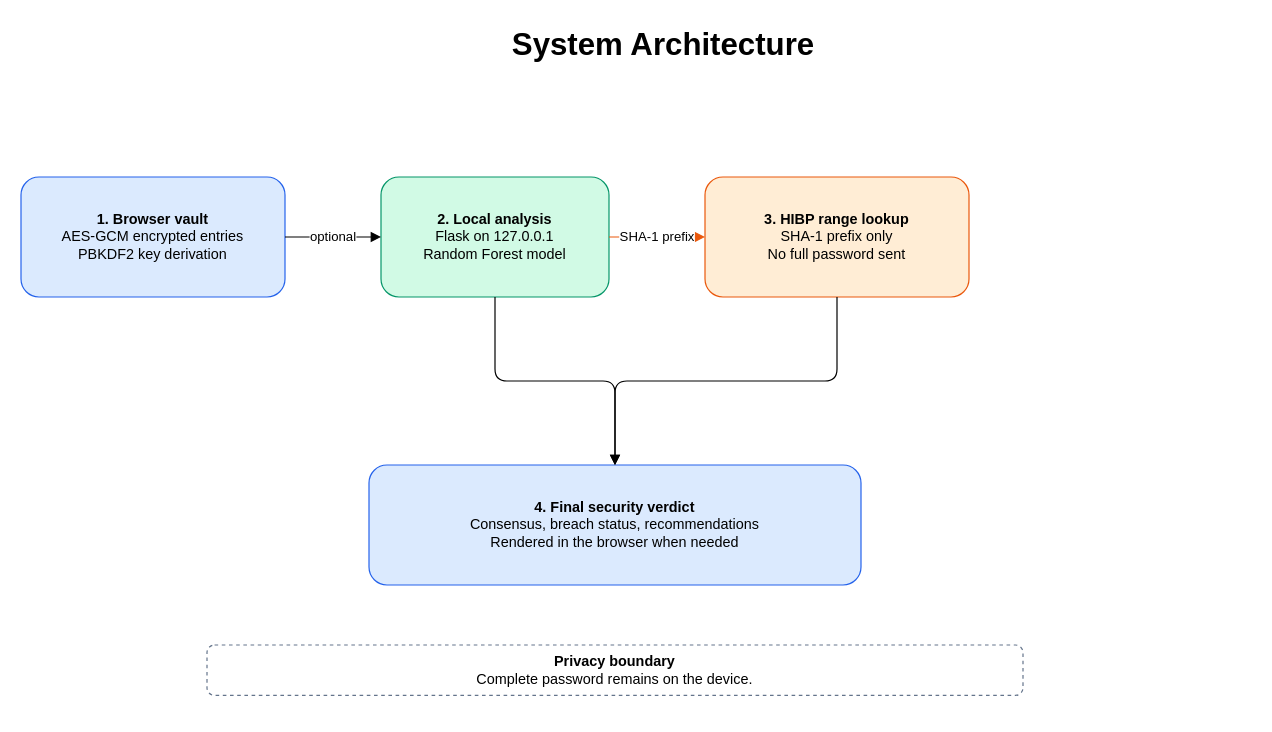
shivavoorkonda/password-manager-cybersecurity-project keeps this draw.io diagram as report/diagrams/system_architecture.drawio. Above is the earlier version. Source tidied: cells renumbered, new cells numbered last; positions are measured from the earlier drawing's top-left corner, leaving out a move shared by most shapes. Both pictures are drawn from the tidied source at 120%, with x=0, y=0 at pixel (20, 20).
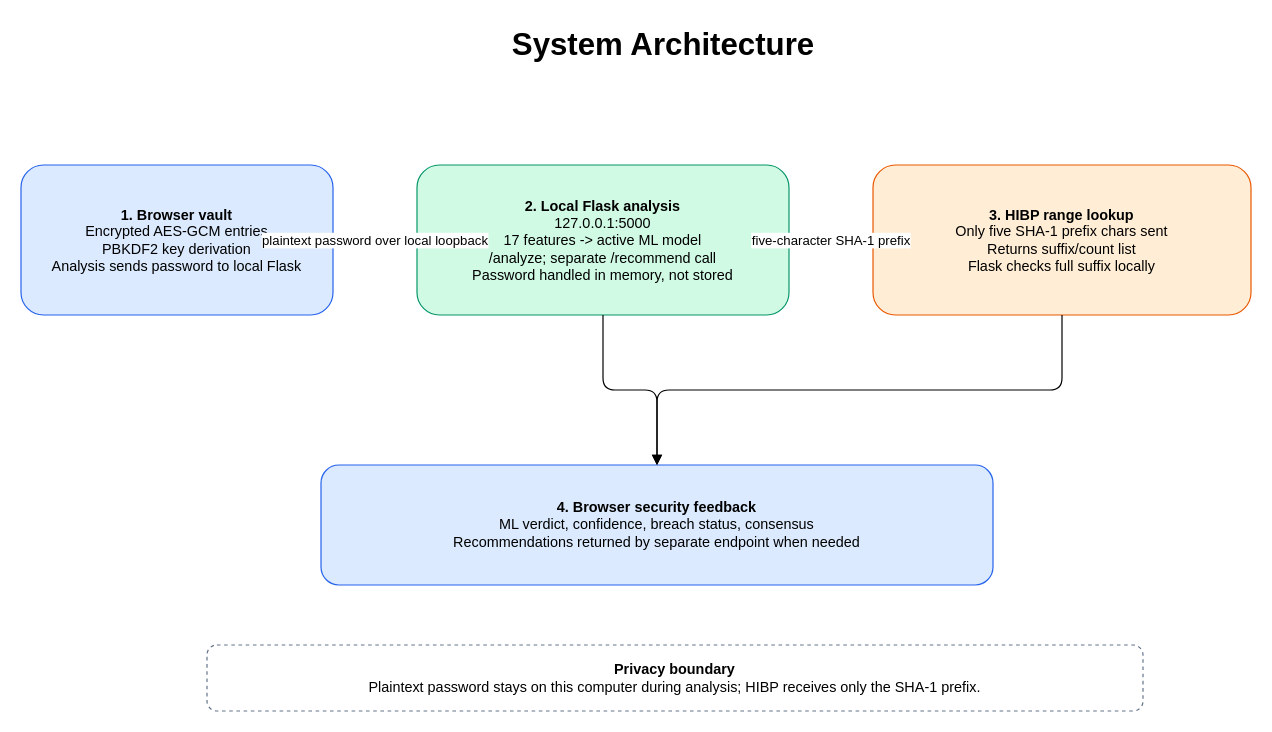
After the change.

Commit message (it also covers changes not shown here):
Clarify local password analysis trust boundary

Change to the diagram source:
```diff
@@
 <mxGraphModel>
   <root>
     <mxCell id="0" />
     <mxCell id="1" parent="0" />
     <mxCell id="2" value="System Architecture" style="text;html=1;fontSize=26;fontStyle=1;align=center;verticalAlign=middle;" parent="1" vertex="1">
       <mxGeometry x="285" width="500" height="40" as="geometry" />
     </mxCell>
-    <mxCell id="3" value="&lt;b&gt;1. Browser vault&lt;/b&gt;&lt;br&gt;AES-GCM encrypted entries&lt;br&gt;PBKDF2 key derivation" style="rounded=1;html=1;whiteSpace=wrap;fillColor=#dbeafe;strokeColor=#2563eb;align=center;verticalAlign=middle;" parent="1" vertex="1">
-      <mxGeometry y="130" width="220" height="100" as="geometry" />
+    <mxCell id="3" value="&lt;b&gt;1. Browser vault&lt;/b&gt;&lt;br&gt;Encrypted AES-GCM entries&lt;br&gt;PBKDF2 key derivation&lt;br&gt;Analysis sends password to local Flask" style="rounded=1;html=1;whiteSpace=wrap;fillColor=#dbeafe;strokeColor=#2563eb;align=center;verticalAlign=middle;" parent="1" vertex="1">
+      <mxGeometry y="120" width="260" height="125" as="geometry" />
     </mxCell>
-    <mxCell id="4" value="&lt;b&gt;2. Local analysis&lt;/b&gt;&lt;br&gt;Flask on 127.0.0.1&lt;br&gt;Random Forest model" style="rounded=1;html=1;whiteSpace=wrap;fillColor=#d1fae5;strokeColor=#059669;align=center;verticalAlign=middle;" parent="1" vertex="1">
-      <mxGeometry x="300" y="130" width="190" height="100" as="geometry" />
+    <mxCell id="4" value="&lt;b&gt;2. Local Flask analysis&lt;/b&gt;&lt;br&gt;127.0.0.1:5000&lt;br&gt;17 features -&gt; active ML model&lt;br&gt;/analyze; separate /recommend call&lt;br&gt;Password handled in memory, not stored" style="rounded=1;html=1;whiteSpace=wrap;fillColor=#d1fae5;strokeColor=#059669;align=center;verticalAlign=middle;" parent="1" vertex="1">
+      <mxGeometry x="330" y="120" width="310" height="125" as="geometry" />
     </mxCell>
-    <mxCell id="5" value="&lt;b&gt;3. HIBP range lookup&lt;/b&gt;&lt;br&gt;SHA-1 prefix only&lt;br&gt;No full password sent" style="rounded=1;html=1;whiteSpace=wrap;fillColor=#ffedd5;strokeColor=#ea580c;align=center;verticalAlign=middle;" parent="1" vertex="1">
-      <mxGeometry x="570" y="130" width="220" height="100" as="geometry" />
+    <mxCell id="5" value="&lt;b&gt;3. HIBP range lookup&lt;/b&gt;&lt;br&gt;Only five SHA-1 prefix chars sent&lt;br&gt;Returns suffix/count list&lt;br&gt;Flask checks full suffix locally" style="rounded=1;html=1;whiteSpace=wrap;fillColor=#ffedd5;strokeColor=#ea5800;align=center;verticalAlign=middle;" parent="1" vertex="1">
+      <mxGeometry x="710" y="120" width="315" height="125" as="geometry" />
     </mxCell>
-    <mxCell id="6" value="&lt;b&gt;4. Final security verdict&lt;/b&gt;&lt;br&gt;Consensus, breach status, recommendations&lt;br&gt;Rendered in the browser when needed" style="rounded=1;html=1;whiteSpace=wrap;fillColor=#dbeafe;strokeColor=#2563eb;align=center;verticalAlign=middle;" parent="1" vertex="1">
-      <mxGeometry x="290" y="370" width="410" height="100" as="geometry" />
+    <mxCell id="6" value="&lt;b&gt;4. Browser security feedback&lt;/b&gt;&lt;br&gt;ML verdict, confidence, breach status, consensus&lt;br&gt;Recommendations returned by separate endpoint when needed" style="rounded=1;html=1;whiteSpace=wrap;fillColor=#dbeafe;strokeColor=#2563eb;align=center;verticalAlign=middle;" parent="1" vertex="1">
+      <mxGeometry x="250" y="370" width="560" height="100" as="geometry" />
     </mxCell>
-    <mxCell id="7" value="&lt;b&gt;Privacy boundary&lt;/b&gt;&lt;br&gt;Complete password remains on the device." style="rounded=1;html=1;whiteSpace=wrap;fillColor=#ffffff;strokeColor=#64748b;dashed=1;align=center;verticalAlign=middle;" parent="1" vertex="1">
-      <mxGeometry x="155" y="520" width="680" height="42" as="geometry" />
+    <mxCell id="7" value="&lt;b&gt;Privacy boundary&lt;/b&gt;&lt;br&gt;Plaintext password stays on this computer during analysis; HIBP receives only the SHA-1 prefix." style="rounded=1;html=1;whiteSpace=wrap;fillColor=#ffffff;strokeColor=#64748b;dashed=1;align=center;verticalAlign=middle;" parent="1" vertex="1">
+      <mxGeometry x="155" y="520" width="780" height="55" as="geometry" />
     </mxCell>
-    <mxCell id="8" value="optional" style="edgeStyle=orthogonalEdgeStyle;html=1;endArrow=block;" parent="1" edge="1" source="3" target="4">
+    <mxCell id="8" value="plaintext password over local loopback" style="edgeStyle=orthogonalEdgeStyle;html=1;endArrow=block;" parent="1" edge="1" source="3" target="4">
       <mxGeometry relative="1" as="geometry" />
     </mxCell>
-    <mxCell id="9" value="SHA-1 prefix" style="edgeStyle=orthogonalEdgeStyle;html=1;endArrow=block;strokeColor=#ea580c;" parent="1" edge="1" source="4" target="5">
+    <mxCell id="9" value="five-character SHA-1 prefix" style="edgeStyle=orthogonalEdgeStyle;html=1;endArrow=block;strokeColor=#ea5800;" parent="1" edge="1" source="4" target="5">
       <mxGeometry relative="1" as="geometry" />
     </mxCell>
     <mxCell id="10" style="edgeStyle=orthogonalEdgeStyle;html=1;endArrow=block;" parent="1" edge="1" source="4" target="6">
       <mxGeometry relative="1" as="geometry" />
     </mxCell>
     <mxCell id="11" style="edgeStyle=orthogonalEdgeStyle;html=1;endArrow=block;" parent="1" edge="1" source="5" target="6">
       <mxGeometry relative="1" as="geometry" />
     </mxCell>
   </root>
 </mxGraphModel>
```
